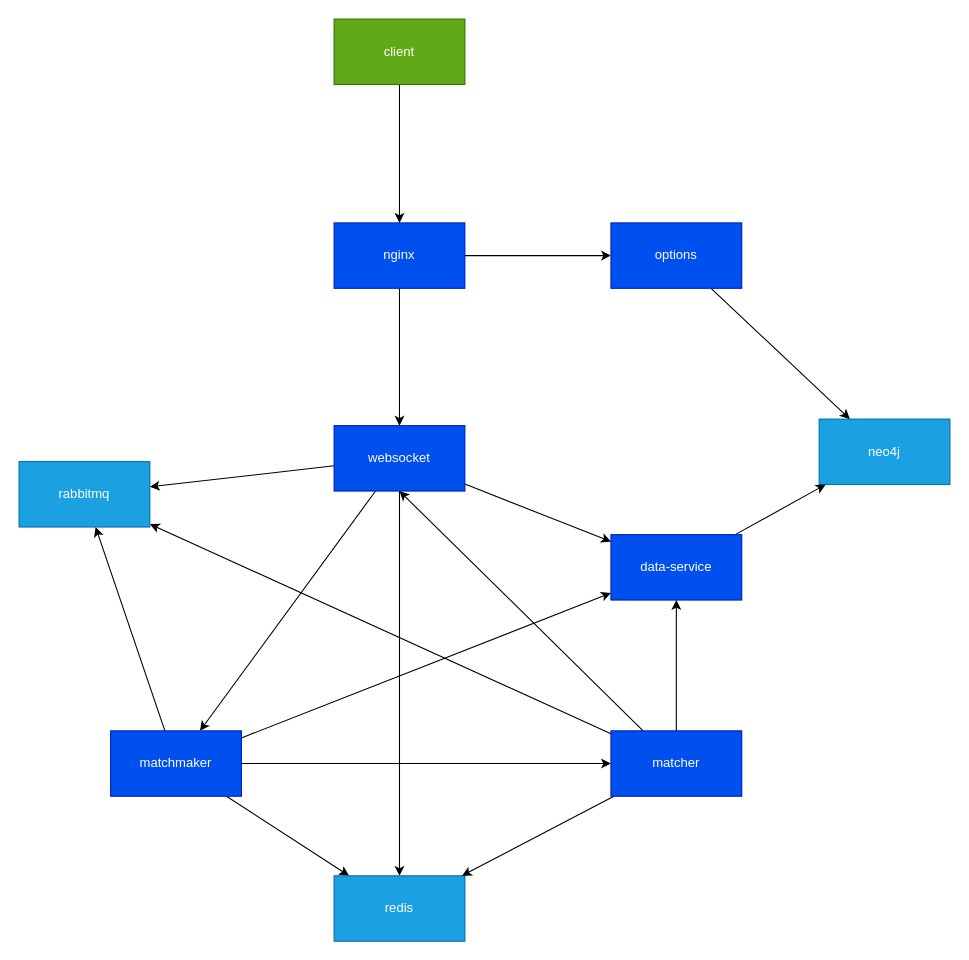
Above: arch.drawio in andrew-delph/cloud-video-call (draw.io), before the change. Source tidied: cells renumbered, new cells numbered last; positions are measured from the earlier drawing's top-left corner, leaving out a move shared by most shapes. Both pictures are drawn from the tidied source at 109%, with x=0, y=0 at pixel (19, 19).
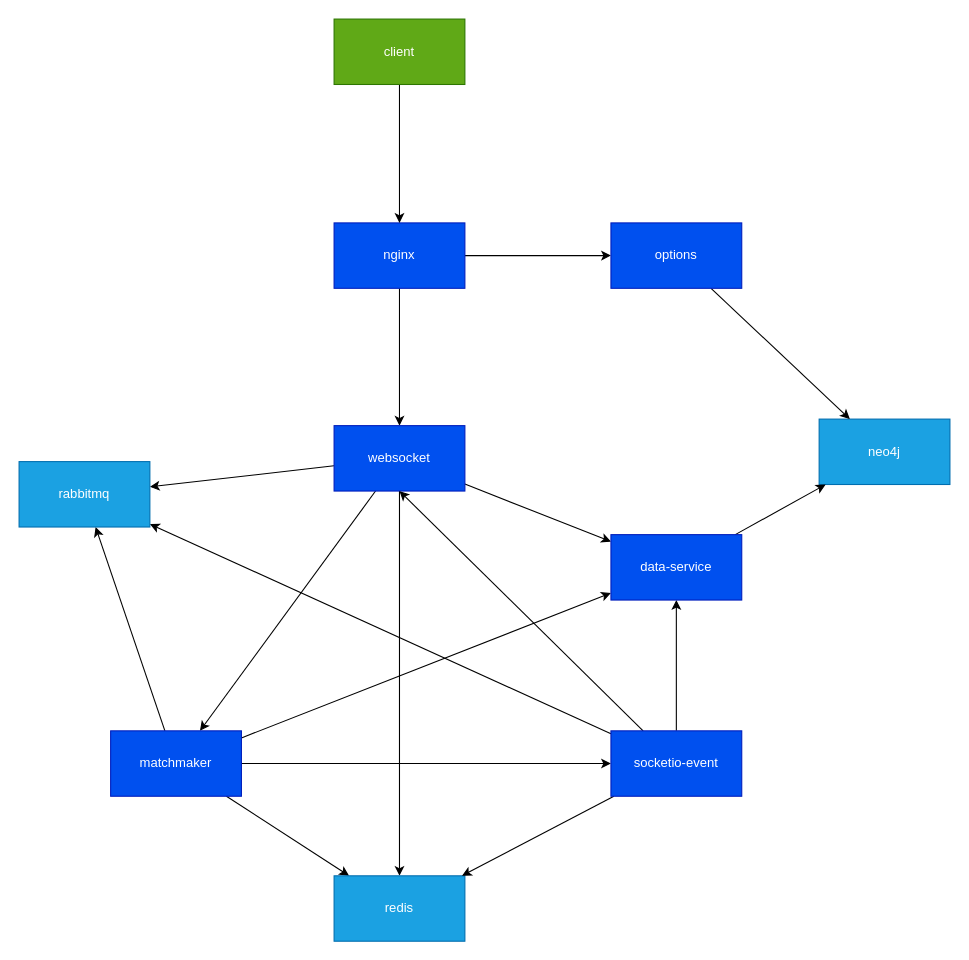
The same page after the edit.

What changed in the source:
```diff
@@
-    <mxCell id="20" value="matcher" style="rounded=0;whiteSpace=wrap;html=1;fillColor=#0050ef;fontColor=#ffffff;strokeColor=#001DBC;" parent="1" vertex="1">
+    <mxCell id="20" value="socketio-event" style="rounded=0;whiteSpace=wrap;html=1;fillColor=#0050ef;fontColor=#ffffff;strokeColor=#001DBC;" parent="1" vertex="1">
       <mxGeometry x="543" y="653" width="120" height="60" as="geometry" />
     </mxCell>
```
